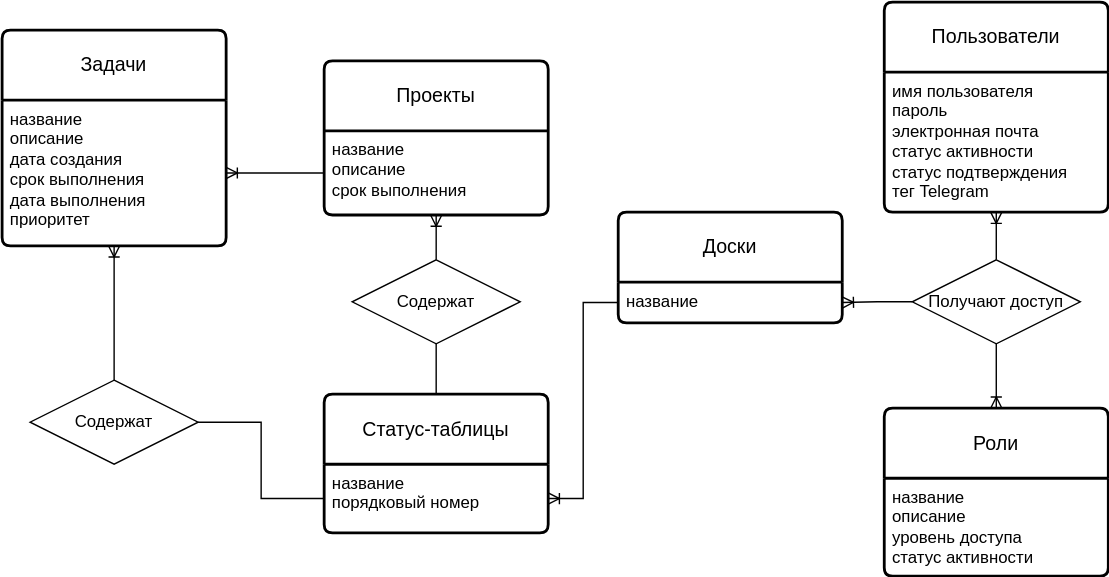
Before: documentation/dataSchemas/ConceptualSchema.svg, a diagram exported from draw.io (Leerv474/PeachNote). Source tidied: cells renumbered, new cells last; positions are measured from the earlier drawing's top-left corner, leaving out a move shared by most shapes.
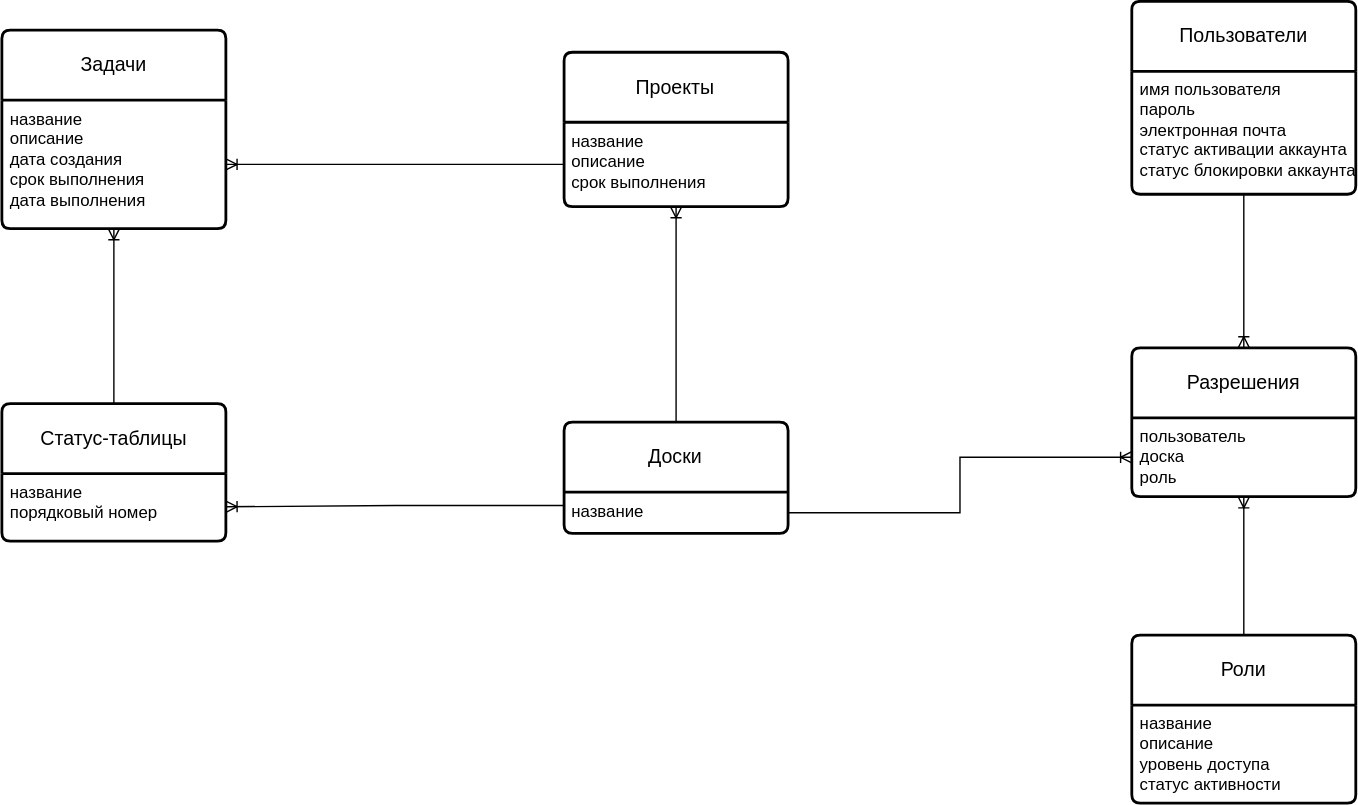
Above is the later version.

Change to the diagram source:
```diff
@@ -1,78 +1,69 @@
-<mxGraphModel background="#ffffff">
+<mxGraphModel>
   <root>
-    <mxCell id="0" />
-    <mxCell id="1" parent="0" />
-    <mxCell id="2" style="edgeStyle=orthogonalEdgeStyle;fontSize=12;html=1;endArrow=ERoneToMany;rounded=0;entryX=1;entryY=0.5;entryDx=0;entryDy=0;exitX=0;exitY=0.5;exitDx=0;exitDy=0;" parent="1" edge="1" source="8" target="6">
-      <mxGeometry relative="1" as="geometry" />
-    </mxCell>
-    <mxCell id="3" style="edgeStyle=orthogonalEdgeStyle;fontSize=12;html=1;endArrow=ERoneToMany;rounded=0;exitX=0;exitY=0.5;exitDx=0;exitDy=0;entryX=1;entryY=0.5;entryDx=0;entryDy=0;" parent="1" edge="1" source="12" target="10">
-      <mxGeometry relative="1" as="geometry" />
-    </mxCell>
-    <mxCell id="4" style="edgeStyle=orthogonalEdgeStyle;fontSize=12;html=1;endArrow=ERoneToMany;rounded=0;entryX=1;entryY=0.5;entryDx=0;entryDy=0;exitX=0;exitY=0.5;exitDx=0;exitDy=0;" parent="1" edge="1" source="20" target="12">
-      <mxGeometry relative="1" as="geometry" />
-    </mxCell>
+    <mxCell id="26" />
+    <mxCell id="27" parent="26" />
-    <mxCell id="5" value="Задачи" style="swimlane;horizontal=1;startSize=50;rounded=1;fontSize=14;fontStyle=0;strokeWidth=2;shadow=0;dashed=0;align=center;arcSize=4;whiteSpace=wrap;html=1;" parent="1" vertex="1">
-      <mxGeometry y="20" width="160" height="154" as="geometry" />
+    <mxCell id="5" value="Задачи" style="swimlane;horizontal=1;startSize=50;rounded=1;fontSize=14;fontStyle=0;strokeWidth=2;shadow=0;dashed=0;align=center;arcSize=4;whiteSpace=wrap;html=1;" parent="27" vertex="1">
+      <mxGeometry x="239.8" y="154.1" width="160" height="141.7" as="geometry" />
     </mxCell>
-    <mxCell id="6" value="название&lt;div&gt;описание&lt;/div&gt;&lt;div&gt;дата создания&lt;/div&gt;&lt;div&gt;срок выполнения&lt;/div&gt;&lt;div&gt;дата выполнения&lt;/div&gt;&lt;div&gt;приоритет&lt;/div&gt;" style="align=left;strokeColor=none;fillColor=none;spacingLeft=4;fontSize=12;verticalAlign=top;html=1;" parent="5" vertex="1">
-      <mxGeometry y="50" width="160" height="104" as="geometry" />
-    </mxCell>
+    <mxCell id="28" value="название&lt;div&gt;описание&lt;/div&gt;&lt;div&gt;дата создания&lt;/div&gt;&lt;div&gt;срок выполнения&lt;/div&gt;&lt;div&gt;дата выполнения&lt;/div&gt;" style="align=left;strokeColor=none;fillColor=none;spacingLeft=4;fontSize=12;verticalAlign=top;html=1;" parent="5" vertex="1">
+      <mxGeometry y="50" width="160" height="91.7" as="geometry" />
+    </mxCell>
-    <mxCell id="7" value="Проекты" style="swimlane;horizontal=1;startSize=50;rounded=1;fontSize=14;fontStyle=0;strokeWidth=2;shadow=0;dashed=0;align=center;arcSize=4;whiteSpace=wrap;html=1;" parent="1" vertex="1">
-      <mxGeometry x="230" y="42" width="160" height="110" as="geometry" />
+    <mxCell id="7" value="Проекты" style="swimlane;horizontal=1;startSize=50;rounded=1;fontSize=14;fontStyle=0;strokeWidth=2;shadow=0;dashed=0;align=center;arcSize=4;whiteSpace=wrap;html=1;" parent="27" vertex="1">
+      <mxGeometry x="641.4" y="169.8" width="160" height="110.2" as="geometry" />
     </mxCell>
     <mxCell id="8" value="название&lt;div&gt;описание&lt;/div&gt;&lt;div&gt;срок выполнения&lt;/div&gt;" style="align=left;strokeColor=none;fillColor=none;spacingLeft=4;fontSize=12;verticalAlign=top;html=1;" parent="7" vertex="1">
-      <mxGeometry y="50" width="160" height="60" as="geometry" />
+      <mxGeometry y="50" width="160" height="60.2" as="geometry" />
     </mxCell>
-    <mxCell id="9" value="Статус-таблицы" style="swimlane;horizontal=1;startSize=50;rounded=1;fontSize=14;fontStyle=0;strokeWidth=2;shadow=0;dashed=0;align=center;arcSize=4;whiteSpace=wrap;html=1;" parent="1" vertex="1">
-      <mxGeometry x="230" y="280" width="160" height="99" as="geometry" />
+    <mxCell id="9" value="Статус-таблицы" style="swimlane;horizontal=1;startSize=50;rounded=1;fontSize=14;fontStyle=0;strokeWidth=2;shadow=0;dashed=0;align=center;arcSize=4;whiteSpace=wrap;html=1;" parent="27" vertex="1">
+      <mxGeometry x="239.8" y="420.9" width="160" height="98.2" as="geometry" />
     </mxCell>
     <mxCell id="10" value="название&lt;div&gt;порядковый номер&lt;/div&gt;" style="align=left;strokeColor=none;fillColor=none;spacingLeft=4;fontSize=12;verticalAlign=top;html=1;" parent="9" vertex="1">
-      <mxGeometry y="50" width="160" height="49" as="geometry" />
+      <mxGeometry y="50" width="160" height="48.2" as="geometry" />
     </mxCell>
-    <mxCell id="11" value="Доски" style="swimlane;horizontal=1;startSize=50;rounded=1;fontSize=14;fontStyle=0;strokeWidth=2;shadow=0;dashed=0;align=center;arcSize=4;whiteSpace=wrap;html=1;" parent="1" vertex="1">
-      <mxGeometry x="440" y="150" width="160" height="79" as="geometry" />
+    <mxCell id="11" value="Доски" style="swimlane;horizontal=1;startSize=50;rounded=1;fontSize=14;fontStyle=0;strokeWidth=2;shadow=0;dashed=0;align=center;arcSize=4;whiteSpace=wrap;html=1;" parent="27" vertex="1">
+      <mxGeometry x="641.4" y="434" width="160" height="79.5" as="geometry" />
     </mxCell>
     <mxCell id="12" value="название" style="align=left;strokeColor=none;fillColor=none;spacingLeft=4;fontSize=12;verticalAlign=top;html=1;" parent="11" vertex="1">
-      <mxGeometry y="50" width="160" height="29" as="geometry" />
+      <mxGeometry y="50" width="160" height="29.5" as="geometry" />
     </mxCell>
-    <mxCell id="13" style="edgeStyle=orthogonalEdgeStyle;rounded=0;jettySize=auto;html=1;endArrow=none;endFill=0;" parent="1" edge="1" source="14" target="10">
-      <mxGeometry relative="1" as="geometry" />
-    </mxCell>
-    <mxCell id="14" value="Содержат" style="shape=rhombus;perimeter=rhombusPerimeter;whiteSpace=wrap;html=1;align=center;" parent="1" vertex="1">
-      <mxGeometry x="20" y="270" width="120" height="60" as="geometry" />
-    </mxCell>
-    <mxCell id="15" style="fontSize=12;html=1;endArrow=ERoneToMany;rounded=0;entryX=0.5;entryY=1;entryDx=0;entryDy=0;exitX=0.5;exitY=0;exitDx=0;exitDy=0;" parent="1" edge="1" source="14" target="6">
-      <mxGeometry relative="1" as="geometry" />
-    </mxCell>
-    <mxCell id="16" value="Содержат" style="shape=rhombus;perimeter=rhombusPerimeter;whiteSpace=wrap;html=1;align=center;" parent="1" vertex="1">
-      <mxGeometry x="250" y="184" width="120" height="60" as="geometry" />
-    </mxCell>
-    <mxCell id="17" style="fontSize=12;html=1;endArrow=ERoneToMany;rounded=0;entryX=0.5;entryY=1;entryDx=0;entryDy=0;exitX=0.5;exitY=0;exitDx=0;exitDy=0;" parent="1" edge="1" source="16" target="8">
-      <mxGeometry relative="1" as="geometry" />
-    </mxCell>
-    <mxCell id="18" style="edgeStyle=orthogonalEdgeStyle;rounded=0;jettySize=auto;html=1;endArrow=none;endFill=0;entryX=0.5;entryY=0;entryDx=0;entryDy=0;" parent="1" edge="1" source="16" target="9">
-      <mxGeometry relative="1" as="geometry" />
-    </mxCell>
-    <mxCell id="19" style="edgeStyle=orthogonalEdgeStyle;rounded=0;jettySize=auto;html=1;endArrow=ERoneToMany;endFill=0;" parent="1" edge="1" source="20" target="22">
-      <mxGeometry relative="1" as="geometry" />
-    </mxCell>
-    <mxCell id="20" value="Получают доступ" style="shape=rhombus;perimeter=rhombusPerimeter;whiteSpace=wrap;html=1;align=center;" parent="1" vertex="1">
-      <mxGeometry x="650" y="184" width="120" height="60" as="geometry" />
-    </mxCell>
-    <mxCell id="21" value="Пользователи" style="swimlane;horizontal=1;startSize=50;rounded=1;fontSize=14;fontStyle=0;strokeWidth=2;shadow=0;dashed=0;align=center;arcSize=4;whiteSpace=wrap;html=1;" parent="1" vertex="1">
-      <mxGeometry x="630" width="160" height="150" as="geometry" />
+    <mxCell id="21" value="Пользователи" style="swimlane;horizontal=1;startSize=50;rounded=1;fontSize=14;fontStyle=0;strokeWidth=2;shadow=0;dashed=0;align=center;arcSize=4;whiteSpace=wrap;html=1;" parent="27" vertex="1">
+      <mxGeometry x="1046.9" y="133.5" width="160" height="137.8" as="geometry" />
     </mxCell>
-    <mxCell id="22" value="&lt;div&gt;имя пользователя&lt;/div&gt;&lt;div&gt;пароль&lt;/div&gt;&lt;div&gt;электронная почта&lt;/div&gt;&lt;div&gt;статус активности&lt;/div&gt;&lt;div&gt;статус подтверждения&lt;/div&gt;&lt;div&gt;тег Telegram&lt;/div&gt;" style="align=left;strokeColor=none;fillColor=none;spacingLeft=4;fontSize=12;verticalAlign=top;html=1;" parent="21" vertex="1">
-      <mxGeometry y="50" width="160" height="100" as="geometry" />
-    </mxCell>
+    <mxCell id="29" value="имя пользователя&lt;div&gt;пароль&lt;/div&gt;&lt;div&gt;электронная почта&lt;/div&gt;&lt;div&gt;статус активации аккаунта&lt;/div&gt;&lt;div&gt;статус блокировки аккаунта&lt;/div&gt;" style="align=left;strokeColor=none;fillColor=none;spacingLeft=4;fontSize=12;verticalAlign=top;html=1;" parent="21" vertex="1">
+      <mxGeometry y="50" width="160" height="87.8" as="geometry" />
+    </mxCell>
-    <mxCell id="23" value="Роли" style="swimlane;horizontal=1;startSize=50;rounded=1;fontSize=14;fontStyle=0;strokeWidth=2;shadow=0;dashed=0;align=center;arcSize=4;whiteSpace=wrap;html=1;" parent="1" vertex="1">
-      <mxGeometry x="630" y="290" width="160" height="120" as="geometry" />
+    <mxCell id="23" value="Роли" style="swimlane;horizontal=1;startSize=50;rounded=1;fontSize=14;fontStyle=0;strokeWidth=2;shadow=0;dashed=0;align=center;arcSize=4;whiteSpace=wrap;html=1;" parent="27" vertex="1">
+      <mxGeometry x="1046.9" y="586.2" width="160" height="120" as="geometry" />
     </mxCell>
     <mxCell id="24" value="название&lt;div&gt;описание&lt;/div&gt;&lt;div&gt;уровень доступа&lt;/div&gt;&lt;div&gt;статус активности&lt;/div&gt;" style="align=left;strokeColor=none;fillColor=none;spacingLeft=4;fontSize=12;verticalAlign=top;html=1;" parent="23" vertex="1">
       <mxGeometry y="50" width="160" height="70" as="geometry" />
     </mxCell>
-    <mxCell id="25" style="edgeStyle=orthogonalEdgeStyle;rounded=0;jettySize=auto;html=1;endArrow=ERoneToMany;endFill=0;exitX=0.5;exitY=1;exitDx=0;exitDy=0;entryX=0.5;entryY=0;entryDx=0;entryDy=0;" parent="1" edge="1" source="20" target="23">
-      <mxGeometry relative="1" as="geometry" />
-    </mxCell>
+    <mxCell id="30" value="Разрешения" style="swimlane;horizontal=1;startSize=50;rounded=1;fontSize=14;fontStyle=0;strokeWidth=2;shadow=0;dashed=0;align=center;arcSize=4;whiteSpace=wrap;html=1;" parent="27" vertex="1">
+      <mxGeometry x="1046.9" y="381" width="160" height="106.3" as="geometry" />
+    </mxCell>
+    <mxCell id="31" value="пользователь&lt;div&gt;доска&lt;/div&gt;&lt;div&gt;роль&lt;/div&gt;" style="align=left;strokeColor=none;fillColor=none;spacingLeft=4;fontSize=12;verticalAlign=top;html=1;" parent="30" vertex="1">
+      <mxGeometry y="50" width="160" height="56.3" as="geometry" />
+    </mxCell>
+    <mxCell id="32" style="edgeStyle=orthogonalEdgeStyle;fontSize=12;html=1;endArrow=ERoneToMany;rounded=0;exitX=0;exitY=0.5;exitDx=0;exitDy=0;entryX=1;entryY=0.5;entryDx=0;entryDy=0;" parent="27" edge="1" source="8" target="28">
+      <mxGeometry relative="1" as="geometry" />
+    </mxCell>
+    <mxCell id="33" style="edgeStyle=orthogonalEdgeStyle;fontSize=12;html=1;endArrow=ERoneToMany;rounded=0;exitX=0;exitY=0.75;exitDx=0;exitDy=0;entryX=1;entryY=0.75;entryDx=0;entryDy=0;" parent="27" edge="1" source="11" target="9">
+      <mxGeometry relative="1" as="geometry" />
+    </mxCell>
+    <mxCell id="34" style="edgeStyle=orthogonalEdgeStyle;fontSize=12;html=1;endArrow=ERoneToMany;rounded=0;exitX=0.5;exitY=0;exitDx=0;exitDy=0;entryX=0.5;entryY=1;entryDx=0;entryDy=0;" parent="27" edge="1" source="11" target="8">
+      <mxGeometry relative="1" as="geometry" />
+    </mxCell>
+    <mxCell id="35" style="edgeStyle=orthogonalEdgeStyle;fontSize=12;html=1;endArrow=ERoneToMany;rounded=0;exitX=0.5;exitY=0;exitDx=0;exitDy=0;entryX=0.5;entryY=1;entryDx=0;entryDy=0;" parent="27" edge="1" source="9" target="28">
+      <mxGeometry relative="1" as="geometry" />
+    </mxCell>
+    <mxCell id="36" style="edgeStyle=orthogonalEdgeStyle;fontSize=12;html=1;endArrow=ERoneToMany;rounded=0;exitX=1;exitY=0.5;exitDx=0;exitDy=0;entryX=0;entryY=0.5;entryDx=0;entryDy=0;" parent="27" edge="1" source="12" target="31">
+      <mxGeometry relative="1" as="geometry" />
+    </mxCell>
+    <mxCell id="37" style="edgeStyle=orthogonalEdgeStyle;fontSize=12;html=1;endArrow=ERoneToMany;rounded=0;exitX=0.5;exitY=1;exitDx=0;exitDy=0;entryX=0.5;entryY=0;entryDx=0;entryDy=0;" parent="27" edge="1" source="29" target="30">
+      <mxGeometry relative="1" as="geometry" />
+    </mxCell>
+    <mxCell id="38" style="edgeStyle=orthogonalEdgeStyle;fontSize=12;html=1;endArrow=ERoneToMany;rounded=0;exitX=0.5;exitY=0;exitDx=0;exitDy=0;entryX=0.5;entryY=1;entryDx=0;entryDy=0;" parent="27" edge="1" source="23" target="30">
+      <mxGeometry relative="1" as="geometry" />
+    </mxCell>
   </root>
 </mxGraphModel>
```
